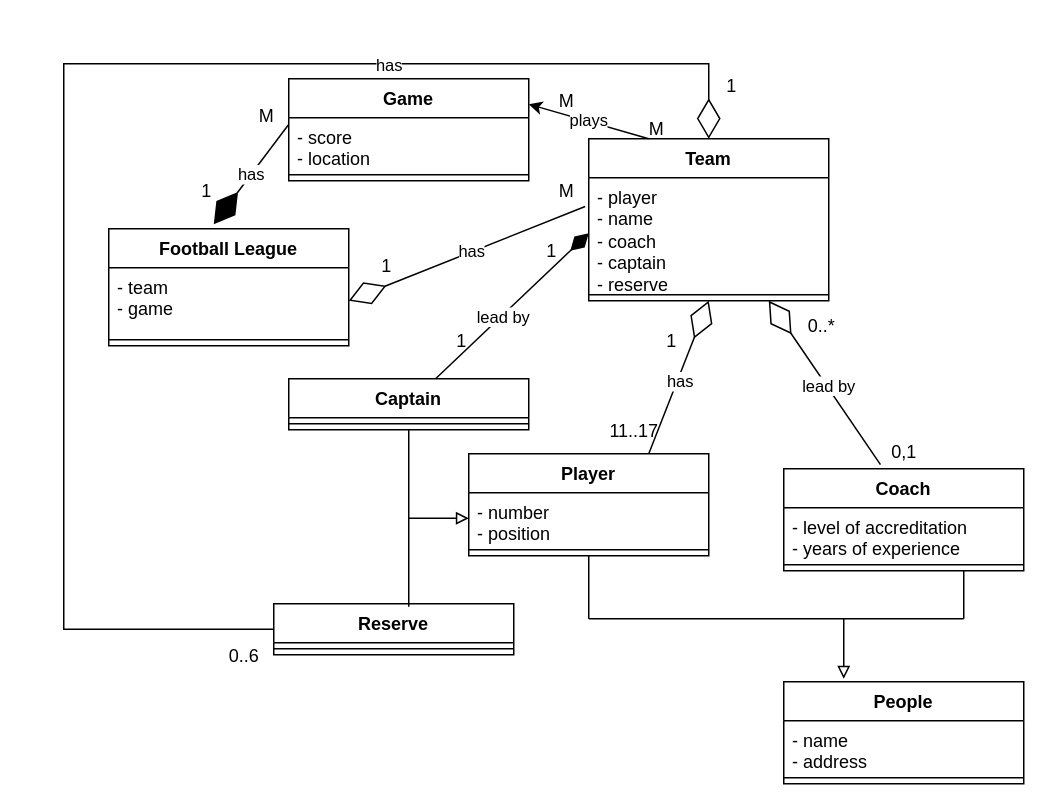
justn0thinghere/drawio keeps this draw.io diagram as tuto3q5.drawio. Above is the earlier version. Source tidied: cells renumbered, new cells numbered last; positions are measured from the earlier drawing's top-left corner, leaving out a move shared by most shapes. Both pictures are drawn from the tidied source at 150%, with x=0, y=0 at pixel (63, 63).
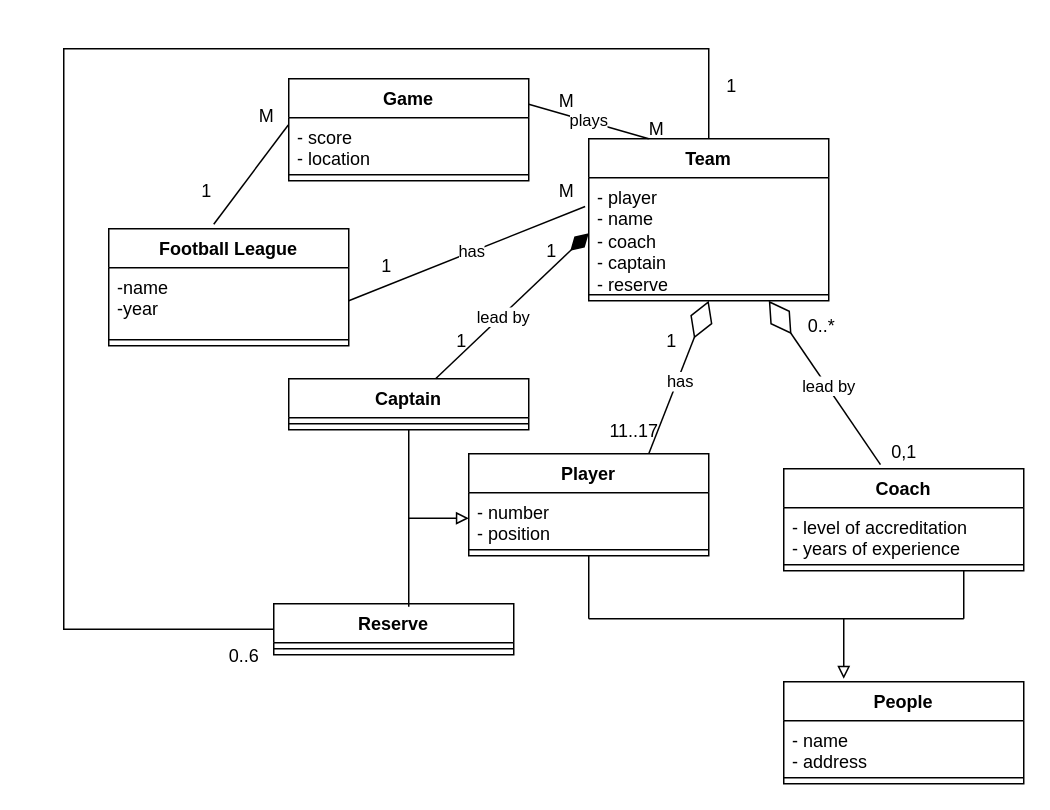
The same page after the edit.

Unchanged cells that the change refers to:
```xml
<mxCell id="2" value="Football League" style="swimlane;fontStyle=1;align=center;verticalAlign=top;horizontal=1;startSize=26;whiteSpace=wrap;html=1;" parent="1" vertex="1">
  <mxGeometry x="30" y="110" width="160" height="78" as="geometry" />
</mxCell>
<mxCell id="5" value="Team" style="swimlane;fontStyle=1;align=center;verticalAlign=top;horizontal=1;startSize=26;whiteSpace=wrap;html=1;" parent="1" vertex="1">
  <mxGeometry x="350" y="50" width="160" height="108" as="geometry" />
</mxCell>
<mxCell id="6" value="- player&lt;div&gt;- name&lt;/div&gt;&lt;div&gt;- coach&lt;/div&gt;&lt;div&gt;- captain&lt;/div&gt;&lt;div&gt;- reserve&lt;/div&gt;" style="text;strokeColor=none;fillColor=none;align=left;verticalAlign=top;spacingLeft=4;spacingRight=4;overflow=hidden;points=[[0,0.5],[1,0.5]];portConstraint=eastwest;whiteSpace=wrap;html=1;" parent="5" vertex="1">
  <mxGeometry y="26" width="160" height="74" as="geometry" />
</mxCell>
<mxCell id="14" value="Game" style="swimlane;fontStyle=1;align=center;verticalAlign=top;horizontal=1;startSize=26;whiteSpace=wrap;html=1;" parent="1" vertex="1">
  <mxGeometry x="150" y="10" width="160" height="68" as="geometry" />
</mxCell>
<mxCell id="15" value="- score&lt;div&gt;- location&lt;/div&gt;" style="text;strokeColor=none;fillColor=none;align=left;verticalAlign=top;spacingLeft=4;spacingRight=4;overflow=hidden;points=[[0,0.5],[1,0.5]];portConstraint=eastwest;whiteSpace=wrap;html=1;" parent="14" vertex="1">
  <mxGeometry y="26" width="160" height="34" as="geometry" />
</mxCell>
<mxCell id="22" value="Reserve" style="swimlane;fontStyle=1;align=center;verticalAlign=top;horizontal=1;startSize=26;whiteSpace=wrap;html=1;" parent="1" vertex="1">
  <mxGeometry x="140" y="360" width="160" height="34" as="geometry" />
</mxCell>
```

Diff of the diagram source:
```diff
@@
-    <mxCell id="3" value="- team&lt;div&gt;- game&lt;/div&gt;" style="text;strokeColor=none;fillColor=none;align=left;verticalAlign=top;spacingLeft=4;spacingRight=4;overflow=hidden;points=[[0,0.5],[1,0.5]];portConstraint=eastwest;whiteSpace=wrap;html=1;" parent="2" vertex="1">
+    <mxCell id="3" value="-name&lt;div&gt;-year&lt;/div&gt;" style="text;strokeColor=none;fillColor=none;align=left;verticalAlign=top;spacingLeft=4;spacingRight=4;overflow=hidden;points=[[0,0.5],[1,0.5]];portConstraint=eastwest;whiteSpace=wrap;html=1;" parent="2" vertex="1">
       <mxGeometry y="26" width="160" height="44" as="geometry" />
     </mxCell>
@@
-    <mxCell id="34" style="endArrow=diamondThin;endFill=0;endSize=24;html=1;rounded=0;entryX=0.5;entryY=0;entryDx=0;entryDy=0;edgeStyle=orthogonalEdgeStyle;exitX=0;exitY=0.5;exitDx=0;exitDy=0;" parent="1" edge="1" source="22" target="5">
+    <mxCell id="34" style="endArrow=none;endFill=0;endSize=24;html=1;rounded=0;entryX=0.5;entryY=0;entryDx=0;entryDy=0;edgeStyle=orthogonalEdgeStyle;exitX=0;exitY=0.5;exitDx=0;exitDy=0;" parent="1" edge="1" source="22" target="5">
       <mxGeometry relative="1" as="geometry">
         <Array as="points">
           <mxPoint y="377" />
-          <mxPoint />
-          <mxPoint x="430" />
+          <mxPoint y="-10" />
+          <mxPoint x="430" y="-10" />
         </Array>
       </mxGeometry>
     </mxCell>
-    <mxCell id="35" value="has" style="edgeLabel;html=1;align=center;verticalAlign=middle;" parent="34" vertex="1">
-      <mxGeometry x="0.47" relative="1" as="geometry" />
-    </mxCell>
@@
-    <mxCell id="46" style="endArrow=diamondThin;endFill=0;endSize=24;html=1;rounded=0;entryX=1;entryY=0.5;entryDx=0;entryDy=0;exitX=-0.015;exitY=0.259;exitDx=0;exitDy=0;exitPerimeter=0;" parent="1" edge="1" source="6" target="3">
+    <mxCell id="46" style="endArrow=none;endFill=0;endSize=24;html=1;rounded=0;entryX=1;entryY=0.5;entryDx=0;entryDy=0;exitX=-0.015;exitY=0.259;exitDx=0;exitDy=0;exitPerimeter=0;" parent="1" edge="1" source="6" target="3">
       <mxGeometry relative="1" as="geometry" />
     </mxCell>
@@
-    <mxCell id="50" value="has" style="endArrow=diamondThin;endFill=1;endSize=24;html=1;rounded=0;exitX=-0.002;exitY=0.141;exitDx=0;exitDy=0;exitPerimeter=0;" parent="1" edge="1" source="15">
+    <mxCell id="50" style="endArrow=none;endFill=0;endSize=24;html=1;rounded=0;exitX=-0.002;exitY=0.141;exitDx=0;exitDy=0;exitPerimeter=0;" parent="1" edge="1" source="15">
       <mxGeometry relative="1" as="geometry">
         <mxPoint x="100" y="107" as="targetPoint" />
       </mxGeometry>
     </mxCell>
@@
-    <mxCell id="53" value="plays" style="endArrow=classic;html=1;rounded=0;exitX=0.25;exitY=0;exitDx=0;exitDy=0;entryX=1;entryY=0.25;entryDx=0;entryDy=0;" parent="1" edge="1" source="5" target="14">
+    <mxCell id="53" value="plays" style="endArrow=none;html=1;rounded=0;exitX=0.25;exitY=0;exitDx=0;exitDy=0;entryX=1;entryY=0.25;entryDx=0;entryDy=0;endFill=0;" parent="1" edge="1" source="5" target="14">
       <mxGeometry relative="1" as="geometry" />
     </mxCell>
```
